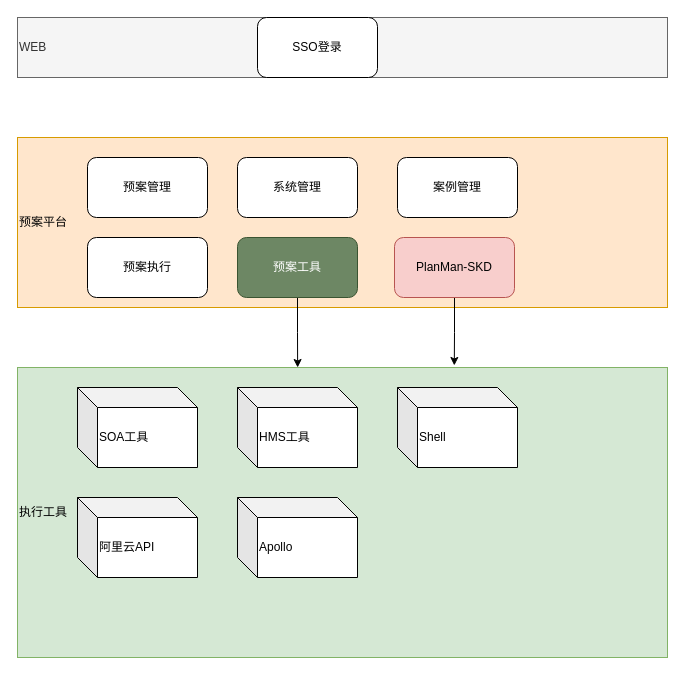
Before: planman-desgin.drawio in zyhui98/drawio, a draw.io diagram. Source tidied: cells renumbered, new cells numbered last; positions are measured from the earlier drawing's top-left corner, leaving out a move shared by most shapes. Both pictures are drawn from the tidied source at 100%, with x=0, y=0 at pixel (17, 17).
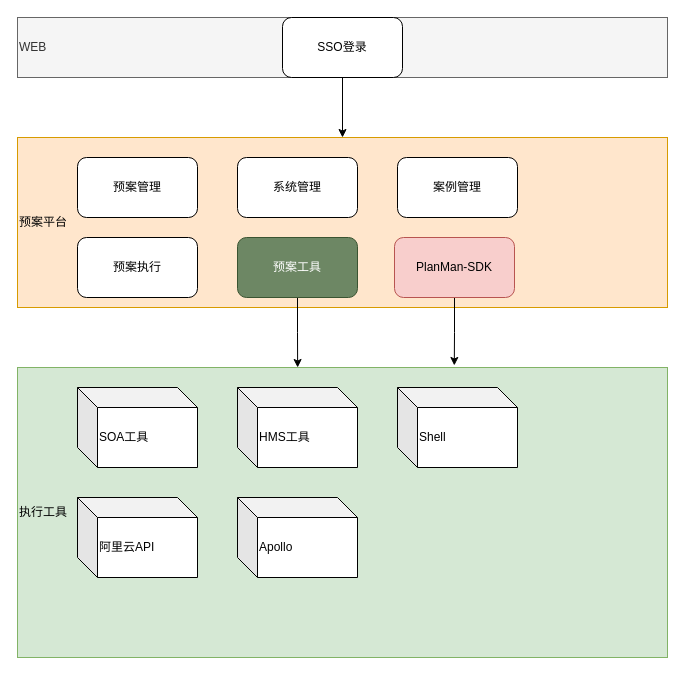
The same page after the edit.

Change to the diagram source:
```diff
@@
 <mxGraphModel>
   <root>
     <mxCell id="0" />
     <mxCell id="1" parent="0" />
     <mxCell id="2" value="WEB" style="rounded=0;whiteSpace=wrap;html=1;fillColor=#f5f5f5;strokeColor=#666666;fontColor=#333333;align=left;" parent="1" vertex="1">
       <mxGeometry width="650" height="60" as="geometry" />
     </mxCell>
     <mxCell id="3" value="预案平台" style="rounded=0;whiteSpace=wrap;html=1;fillColor=#ffe6cc;strokeColor=#d79b00;align=left;" parent="1" vertex="1">
       <mxGeometry y="120" width="650" height="170" as="geometry" />
     </mxCell>
+    <mxCell id="19" style="edgeStyle=orthogonalEdgeStyle;rounded=0;jettySize=auto;html=1;exitX=0.5;exitY=1;exitDx=0;exitDy=0;entryX=0.5;entryY=0;entryDx=0;entryDy=0;" parent="1" edge="1" source="4" target="3">
+      <mxGeometry relative="1" as="geometry" />
+    </mxCell>
     <mxCell id="4" value="SSO登录" style="rounded=1;whiteSpace=wrap;html=1;align=center;" parent="1" vertex="1">
-      <mxGeometry x="240" width="120" height="60" as="geometry" />
+      <mxGeometry x="265" width="120" height="60" as="geometry" />
     </mxCell>
     <mxCell id="5" value="预案管理" style="rounded=1;whiteSpace=wrap;html=1;align=center;" parent="1" vertex="1">
-      <mxGeometry x="70" y="140" width="120" height="60" as="geometry" />
+      <mxGeometry x="60" y="140" width="120" height="60" as="geometry" />
     </mxCell>
     <mxCell id="6" value="预案执行" style="rounded=1;whiteSpace=wrap;html=1;align=center;" parent="1" vertex="1">
-      <mxGeometry x="70" y="220" width="120" height="60" as="geometry" />
+      <mxGeometry x="60" y="220" width="120" height="60" as="geometry" />
     </mxCell>
     <mxCell id="7" style="edgeStyle=orthogonalEdgeStyle;rounded=0;jettySize=auto;html=1;entryX=0.431;entryY=0;entryDx=0;entryDy=0;entryPerimeter=0;" parent="1" edge="1" source="8" target="11">
       <mxGeometry relative="1" as="geometry" />
     </mxCell>
     <mxCell id="8" value="预案工具" style="rounded=1;whiteSpace=wrap;html=1;align=center;fillColor=#6d8764;strokeColor=#3A5431;fontColor=#ffffff;" parent="1" vertex="1">
       <mxGeometry x="220" y="220" width="120" height="60" as="geometry" />
     </mxCell>
     <mxCell id="9" value="系统管理" style="rounded=1;whiteSpace=wrap;html=1;align=center;" parent="1" vertex="1">
       <mxGeometry x="220" y="140" width="120" height="60" as="geometry" />
     </mxCell>
     <mxCell id="10" value="案例管理" style="rounded=1;whiteSpace=wrap;html=1;align=center;" parent="1" vertex="1">
       <mxGeometry x="380" y="140" width="120" height="60" as="geometry" />
     </mxCell>
     <mxCell id="11" value="执行工具" style="rounded=0;whiteSpace=wrap;html=1;align=left;fillColor=#d5e8d4;strokeColor=#82b366;" parent="1" vertex="1">
       <mxGeometry y="350" width="650" height="290" as="geometry" />
     </mxCell>
     <mxCell id="12" value="SOA工具" style="shape=cube;whiteSpace=wrap;html=1;boundedLbl=1;backgroundOutline=1;darkOpacity=0.05;darkOpacity2=0.1;align=left;" parent="1" vertex="1">
       <mxGeometry x="60" y="370" width="120" height="80" as="geometry" />
     </mxCell>
     <mxCell id="13" value="HMS工具" style="shape=cube;whiteSpace=wrap;html=1;boundedLbl=1;backgroundOutline=1;darkOpacity=0.05;darkOpacity2=0.1;align=left;" parent="1" vertex="1">
       <mxGeometry x="220" y="370" width="120" height="80" as="geometry" />
     </mxCell>
     <mxCell id="14" value="阿里云API" style="shape=cube;whiteSpace=wrap;html=1;boundedLbl=1;backgroundOutline=1;darkOpacity=0.05;darkOpacity2=0.1;align=left;" parent="1" vertex="1">
       <mxGeometry x="60" y="480" width="120" height="80" as="geometry" />
     </mxCell>
     <mxCell id="15" value="Shell" style="shape=cube;whiteSpace=wrap;html=1;boundedLbl=1;backgroundOutline=1;darkOpacity=0.05;darkOpacity2=0.1;align=left;" parent="1" vertex="1">
       <mxGeometry x="380" y="370" width="120" height="80" as="geometry" />
     </mxCell>
     <mxCell id="16" style="edgeStyle=orthogonalEdgeStyle;rounded=0;jettySize=auto;html=1;entryX=0.672;entryY=-0.007;entryDx=0;entryDy=0;entryPerimeter=0;" parent="1" edge="1" source="17" target="11">
       <mxGeometry relative="1" as="geometry" />
     </mxCell>
-    <mxCell id="17" value="PlanMan-SKD" style="rounded=1;whiteSpace=wrap;html=1;align=center;fillColor=#f8cecc;strokeColor=#b85450;" parent="1" vertex="1">
+    <mxCell id="17" value="PlanMan-SDK" style="rounded=1;whiteSpace=wrap;html=1;align=center;fillColor=#f8cecc;strokeColor=#b85450;" parent="1" vertex="1">
       <mxGeometry x="377" y="220" width="120" height="60" as="geometry" />
     </mxCell>
     <mxCell id="18" value="Apollo" style="shape=cube;whiteSpace=wrap;html=1;boundedLbl=1;backgroundOutline=1;darkOpacity=0.05;darkOpacity2=0.1;align=left;" parent="1" vertex="1">
       <mxGeometry x="220" y="480" width="120" height="80" as="geometry" />
     </mxCell>
   </root>
 </mxGraphModel>
```
